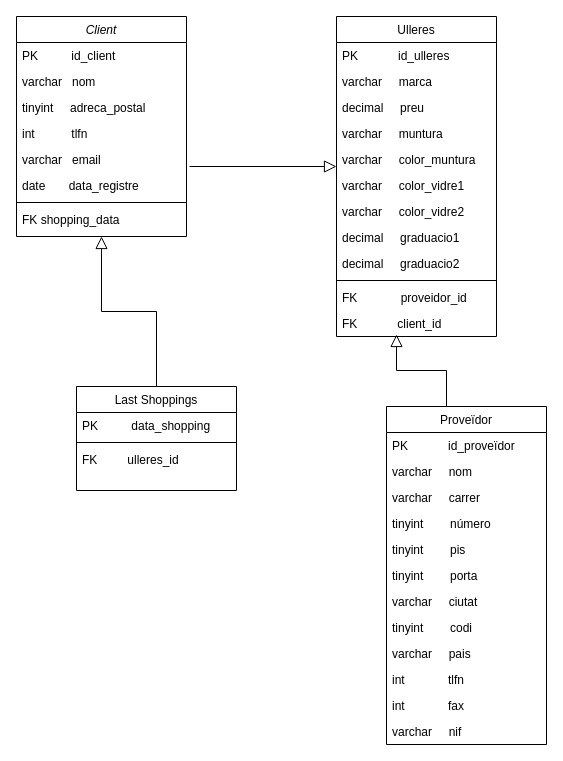
Earlier version of the draw.io diagram Ex2OpticaMongo.drawio (clareta16/S2T1). Source tidied: cells renumbered, new cells numbered last; positions are measured from the earlier drawing's top-left corner, leaving out a move shared by most shapes. Both pictures are drawn from the tidied source at 100%, with x=0, y=0 at pixel (16, 16).
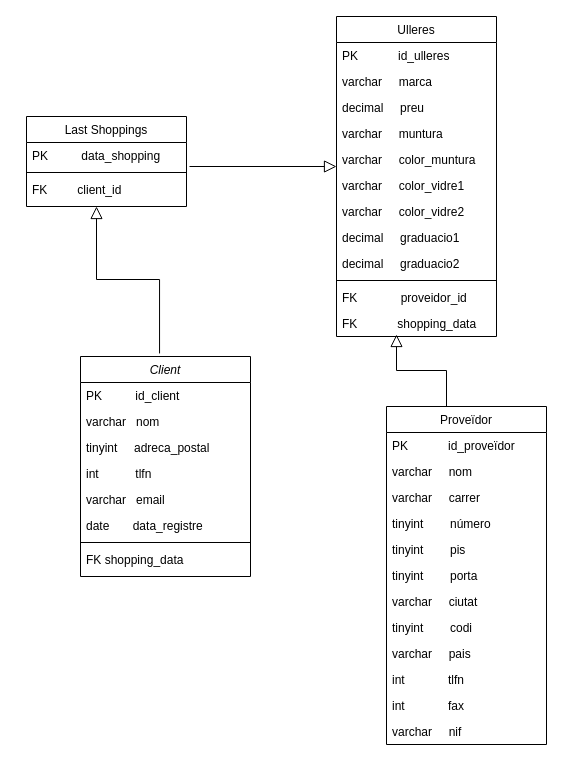
The same diagram, later.

The change refers to these unchanged cells:
```xml
<mxCell id="17" value="Ulleres" style="swimlane;fontStyle=0;align=center;verticalAlign=top;horizontal=1;startSize=26;rounded=0;shadow=0;strokeWidth=1;" parent="1" vertex="1">
  <mxGeometry x="320" width="160" height="320" as="geometry" />
</mxCell>
```

What changed in the source:
```diff
@@
     <mxCell id="2" value="Client" style="swimlane;fontStyle=2;align=center;verticalAlign=top;horizontal=1;startSize=26;rounded=0;shadow=0;strokeWidth=1;" parent="1" vertex="1">
-      <mxGeometry width="170" height="220" as="geometry" />
+      <mxGeometry x="64" y="340" width="170" height="220" as="geometry" />
     </mxCell>
@@
     <mxCell id="11" value="Last Shoppings" style="swimlane;fontStyle=0;align=center;verticalAlign=top;horizontal=1;startSize=26;rounded=0;shadow=0;strokeWidth=1;" parent="1" vertex="1">
-      <mxGeometry x="60" y="370" width="160" height="104" as="geometry" />
+      <mxGeometry x="10" y="100" width="160" height="90" as="geometry" />
     </mxCell>
@@
-    <mxCell id="14" value="FK         ulleres_id" style="text;align=left;verticalAlign=top;spacingLeft=4;spacingRight=4;overflow=hidden;" parent="11" vertex="1">
+    <mxCell id="14" value="FK         client_id" style="text;align=left;verticalAlign=top;spacingLeft=4;spacingRight=4;overflow=hidden;" parent="11" vertex="1">
       <mxGeometry y="60" width="160" height="26" as="geometry" />
     </mxCell>
-    <mxCell id="15" style="endArrow=block;endSize=10;endFill=0;shadow=0;strokeWidth=1;rounded=0;curved=0;edgeStyle=elbowEdgeStyle;elbow=vertical;" parent="1" edge="1" source="11" target="2">
-      <mxGeometry relative="1" as="geometry" />
+    <mxCell id="15" style="endArrow=block;endSize=10;endFill=0;shadow=0;strokeWidth=1;rounded=0;curved=0;edgeStyle=elbowEdgeStyle;elbow=vertical;exitX=0.465;exitY=-0.014;exitDx=0;exitDy=0;exitPerimeter=0;" parent="1" edge="1" source="2">
+      <mxGeometry relative="1" as="geometry">
+        <mxPoint x="80" y="190" as="targetPoint" />
+      </mxGeometry>
     </mxCell>
@@
-    <mxCell id="29" value="FK            client_id" style="text;align=left;verticalAlign=top;spacingLeft=4;spacingRight=4;overflow=hidden;" parent="17" vertex="1">
+    <mxCell id="29" value="FK            shopping_data" style="text;align=left;verticalAlign=top;spacingLeft=4;spacingRight=4;overflow=hidden;" parent="17" vertex="1">
       <mxGeometry y="294" width="160" height="26" as="geometry" />
     </mxCell>
```
